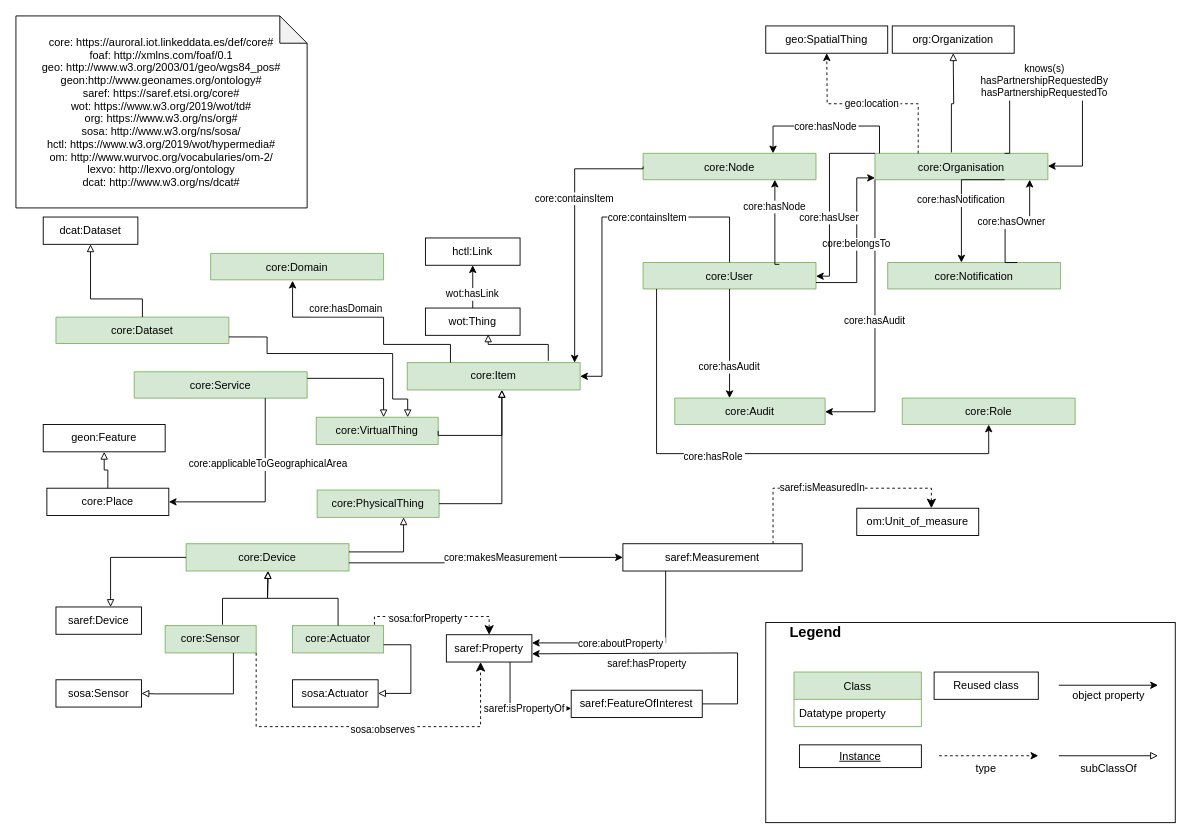
Above: page "V2" (1 of 2) of diagrams/new-core.drawio in dbujan/auroral-core-ontology-v2 (draw.io), before the change. Source tidied: cells renumbered, new cells numbered last; positions are measured from the earlier drawing's top-left corner, leaving out a move shared by most shapes. Both pictures are drawn from the tidied source at 91%, with x=0, y=0 at pixel (15, 15).
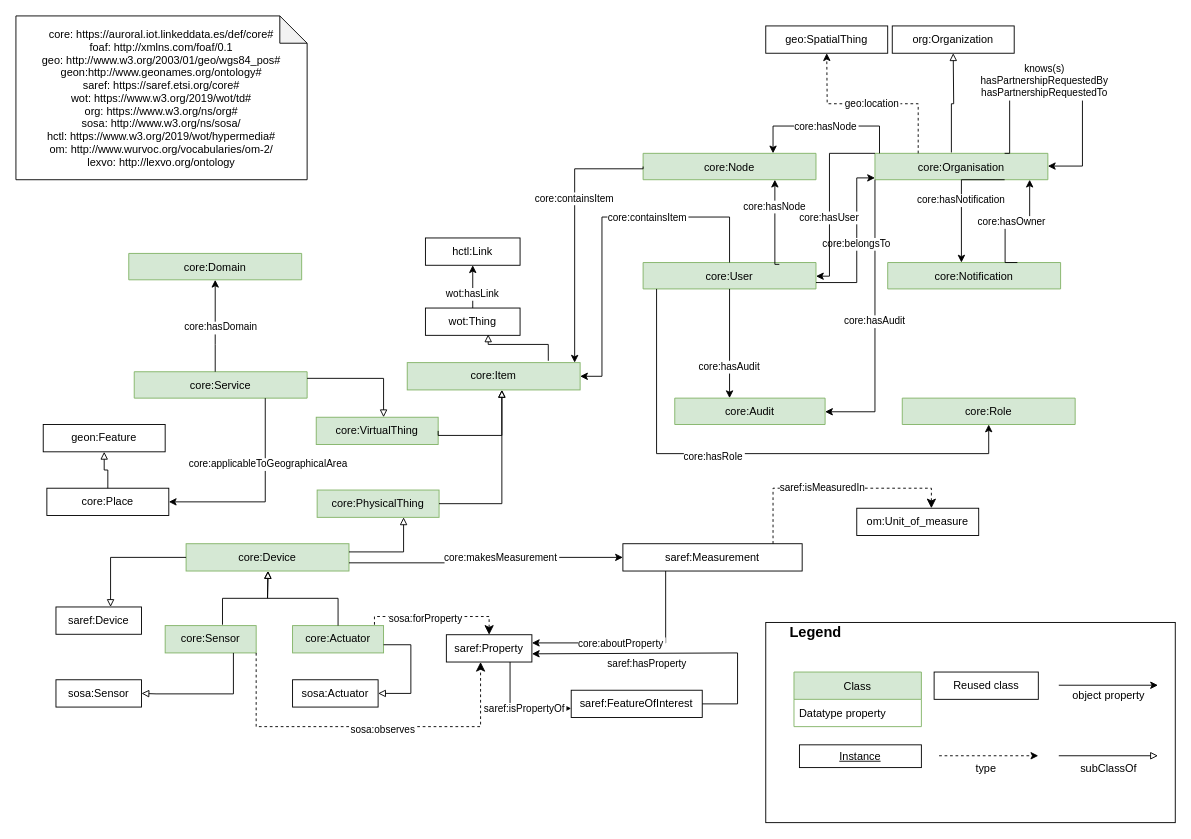
Above is the later version.

Unchanged cells that the change refers to:
```xml
<mxCell id="19" value="core:Service" style="swimlane;fontStyle=0;horizontal=1;startSize=30;fillColor=#d5e8d4;strokeColor=#82b366;" parent="1" vertex="1">
  <mxGeometry x="130" y="391" width="190" height="29" as="geometry" />
</mxCell>
<mxCell id="22" value="core:Item" style="rounded=0;whiteSpace=wrap;html=1;fillColor=#d5e8d4;strokeColor=#82b366;" parent="1" vertex="1">
  <mxGeometry x="430" y="381" width="190" height="30" as="geometry" />
</mxCell>
<mxCell id="54" value="core:VirtualThing" style="rounded=0;whiteSpace=wrap;html=1;fillColor=#d5e8d4;strokeColor=#82b366;" parent="1" vertex="1">
  <mxGeometry x="330" y="441" width="134" height="30" as="geometry" />
</mxCell>
```

What changed in the source:
```diff
@@
-    <mxCell id="2" value="core: https://auroral.iot.linkeddata.es/def/core#&#10;foaf: http://xmlns.com/foaf/0.1&#10;geo: http://www.w3.org/2003/01/geo/wgs84_pos#&#10;geon:http://www.geonames.org/ontology#&#10;saref: https://saref.etsi.org/core#&#10;wot: https://www.w3.org/2019/wot/td#&#10;org: https://www.w3.org/ns/org#&#10;sosa: http://www.w3.org/ns/sosa/&#10;hctl: https://www.w3.org/2019/wot/hypermedia#&#10;om: http://www.wurvoc.org/vocabularies/om-2/&#10;lexvo: http://lexvo.org/ontology&#10;dcat: http://www.w3.org/ns/dcat#" style="shape=note;backgroundOutline=1;darkOpacity=0.05;" parent="1" vertex="1">
-      <mxGeometry width="320" height="211" as="geometry" />
+    <mxCell id="2" value="core: https://auroral.iot.linkeddata.es/def/core#&#10;foaf: http://xmlns.com/foaf/0.1&#10;geo: http://www.w3.org/2003/01/geo/wgs84_pos#&#10;geon:http://www.geonames.org/ontology#&#10;saref: https://saref.etsi.org/core#&#10;wot: https://www.w3.org/2019/wot/td#&#10;org: https://www.w3.org/ns/org#&#10;sosa: http://www.w3.org/ns/sosa/&#10;hctl: https://www.w3.org/2019/wot/hypermedia#&#10;om: http://www.wurvoc.org/vocabularies/om-2/&#10;lexvo: http://lexvo.org/ontology" style="shape=note;backgroundOutline=1;darkOpacity=0.05;" parent="1" vertex="1">
+      <mxGeometry width="320" height="180" as="geometry" />
     </mxCell>
@@
     <mxCell id="25" value="core:Domain" style="swimlane;fontStyle=0;horizontal=1;startSize=30;fillColor=#d5e8d4;strokeColor=#82b366;" parent="1" vertex="1">
-      <mxGeometry x="214" y="261" width="190" height="29" as="geometry" />
+      <mxGeometry x="124" y="261" width="190" height="29" as="geometry" />
     </mxCell>
@@
-    <mxCell id="56" style="edgeStyle=orthogonalEdgeStyle;rounded=0;jettySize=auto;html=1;fontSize=11;endArrow=classic;endFill=1;exitX=0.25;exitY=0;exitDx=0;exitDy=0;" parent="1" edge="1" source="22">
+    <mxCell id="56" style="edgeStyle=orthogonalEdgeStyle;rounded=0;jettySize=auto;html=1;fontSize=11;endArrow=classic;endFill=1;" parent="1" edge="1" source="19" target="25">
       <mxGeometry relative="1" as="geometry">
-        <mxPoint x="304" y="291" as="targetPoint" />
         <Array as="points">
-          <mxPoint x="478" y="361" />
-          <mxPoint x="404" y="361" />
-          <mxPoint x="404" y="331" />
-          <mxPoint x="304" y="331" />
+          <mxPoint x="219" y="361" />
+          <mxPoint x="219" y="361" />
         </Array>
       </mxGeometry>
     </mxCell>
     <mxCell id="57" value="core:hasDomain" style="edgeLabel;align=center;verticalAlign=middle;fontSize=11;" parent="56" vertex="1">
       <mxGeometry x="0.49" y="-3" relative="1" as="geometry">
-        <mxPoint x="31" y="-7" as="offset" />
+        <mxPoint x="3" y="25" as="offset" />
       </mxGeometry>
     </mxCell>
@@
-    <mxCell id="83" value="dcat:Dataset" style="rounded=0;whiteSpace=wrap;html=1;" parent="1" vertex="1">
-      <mxGeometry x="30" y="221" width="104" height="30" as="geometry" />
-    </mxCell>
-    <mxCell id="84" value="core:Dataset" style="swimlane;fontStyle=0;horizontal=1;startSize=30;fillColor=#d5e8d4;strokeColor=#82b366;" parent="1" vertex="1">
-      <mxGeometry x="44" y="331" width="190" height="29" as="geometry" />
-    </mxCell>
-    <mxCell id="85" style="edgeStyle=orthogonalEdgeStyle;rounded=0;jettySize=auto;html=1;fontSize=11;endArrow=block;endFill=0;entryX=0.5;entryY=1;entryDx=0;entryDy=0;exitX=0.5;exitY=0;exitDx=0;exitDy=0;" parent="1" edge="1" source="84" target="83">
-      <mxGeometry relative="1" as="geometry">
-        <Array as="points">
-          <mxPoint x="139" y="311" />
-          <mxPoint x="82" y="311" />
-        </Array>
-      </mxGeometry>
-    </mxCell>
-    <mxCell id="86" style="edgeStyle=orthogonalEdgeStyle;rounded=0;jettySize=auto;html=1;fontSize=11;endArrow=block;endFill=0;exitX=1;exitY=0.75;exitDx=0;exitDy=0;entryX=0.75;entryY=0;entryDx=0;entryDy=0;" parent="1" edge="1" source="84" target="54">
-      <mxGeometry relative="1" as="geometry">
-        <Array as="points">
-          <mxPoint x="276" y="353" />
-          <mxPoint x="276" y="371" />
-          <mxPoint x="414" y="371" />
-          <mxPoint x="414" y="421" />
-          <mxPoint x="431" y="421" />
-        </Array>
-      </mxGeometry>
-    </mxCell>
```
